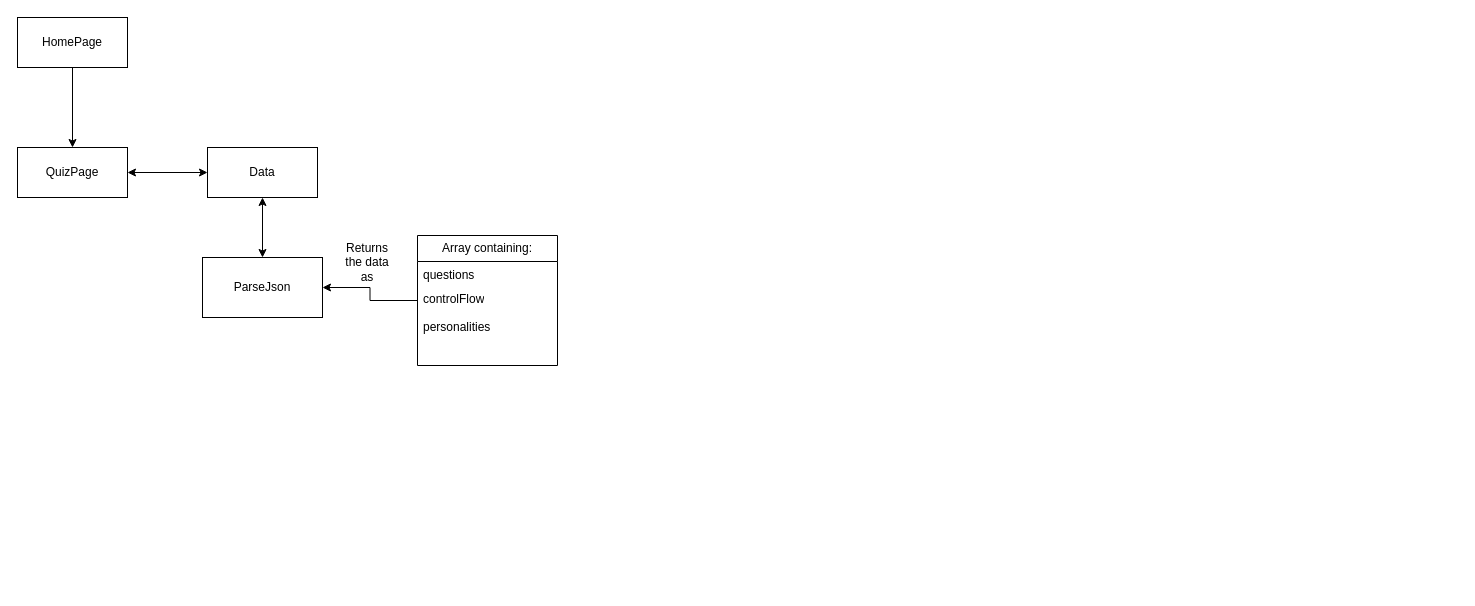
Above: PartyPersonality.drawio in NightlyAffair/party-personality-nithvin (draw.io), before the change. Source tidied: cells renumbered, new cells numbered last; positions are measured from the earlier drawing's top-left corner, leaving out a move shared by most shapes. Both pictures are drawn from the tidied source at 100%, with x=0, y=0 at pixel (17, 17).
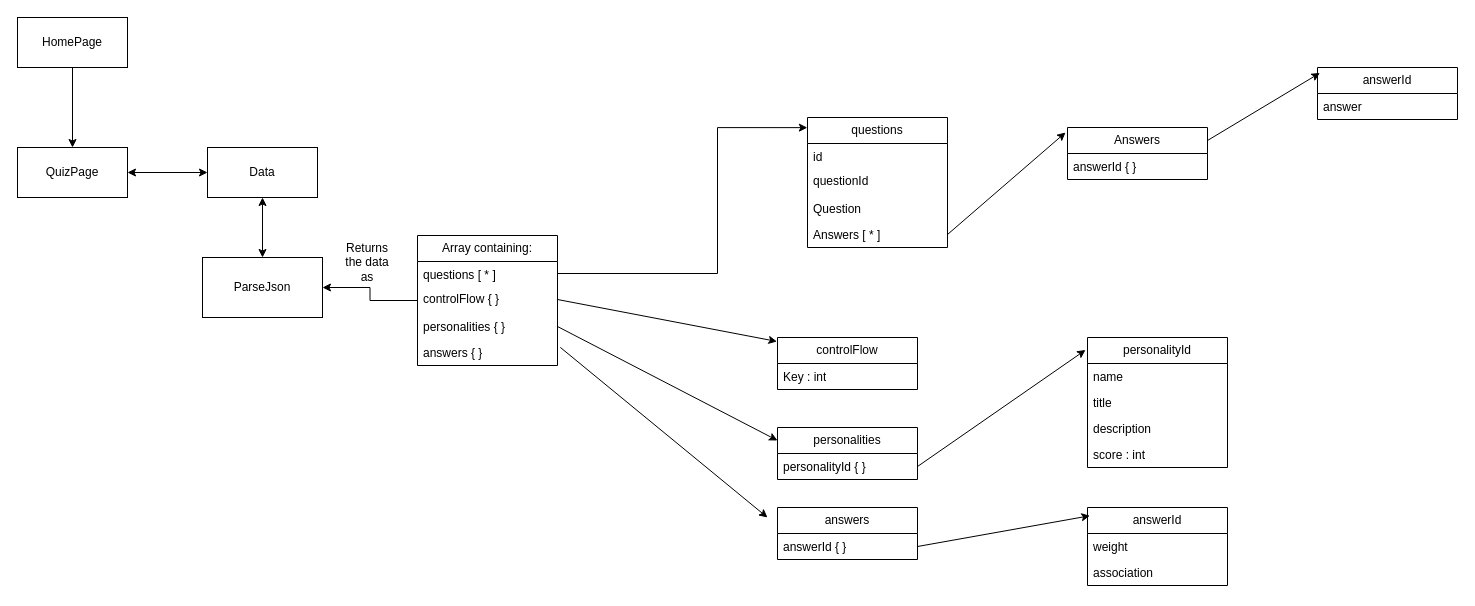
The same diagram, later.

The change refers to these unchanged cells:
```xml
<mxCell id="9" value="Array containing:" style="swimlane;fontStyle=0;horizontal=1;startSize=26;fillColor=none;whiteSpace=wrap;html=1;" parent="1" vertex="1">
  <mxGeometry x="400" y="218" width="140" height="130" as="geometry" />
</mxCell>
```

Diff of the diagram source:
```diff
@@
-    <mxCell id="10" value="&lt;div style=&quot;text-align: center;&quot;&gt;&lt;span style=&quot;background-color: transparent; color: light-dark(rgb(0, 0, 0), rgb(255, 255, 255));&quot;&gt;questions&lt;/span&gt;&lt;/div&gt;&lt;div style=&quot;text-align: center;&quot;&gt;&lt;span style=&quot;background-color: transparent; color: light-dark(rgb(0, 0, 0), rgb(255, 255, 255));&quot;&gt;&lt;br&gt;&lt;/span&gt;&lt;/div&gt;&lt;div style=&quot;text-align: center;&quot;&gt;&lt;span style=&quot;background-color: transparent; color: light-dark(rgb(0, 0, 0), rgb(255, 255, 255));&quot;&gt;&lt;br&gt;&lt;/span&gt;&lt;/div&gt;" style="text;strokeColor=none;fillColor=none;align=left;verticalAlign=top;spacingLeft=4;spacingRight=4;overflow=hidden;points=[[0,0.5],[1,0.5]];portConstraint=eastwest;whiteSpace=wrap;html=1;" parent="9" vertex="1">
+    <mxCell id="10" value="&lt;div style=&quot;text-align: center;&quot;&gt;&lt;span style=&quot;background-color: transparent; color: light-dark(rgb(0, 0, 0), rgb(255, 255, 255));&quot;&gt;questions [ * ]&lt;/span&gt;&lt;/div&gt;" style="text;strokeColor=none;fillColor=none;align=left;verticalAlign=top;spacingLeft=4;spacingRight=4;overflow=hidden;points=[[0,0.5],[1,0.5]];portConstraint=eastwest;whiteSpace=wrap;html=1;" parent="9" vertex="1">
       <mxGeometry y="26" width="140" height="24" as="geometry" />
     </mxCell>
-    <mxCell id="11" value="controlFlow" style="text;strokeColor=none;fillColor=none;align=left;verticalAlign=top;spacingLeft=4;spacingRight=4;overflow=hidden;points=[[0,0.5],[1,0.5]];portConstraint=eastwest;whiteSpace=wrap;html=1;" parent="9" vertex="1">
+    <mxCell id="11" value="controlFlow { }" style="text;strokeColor=none;fillColor=none;align=left;verticalAlign=top;spacingLeft=4;spacingRight=4;overflow=hidden;points=[[0,0.5],[1,0.5]];portConstraint=eastwest;whiteSpace=wrap;html=1;" parent="9" vertex="1">
       <mxGeometry y="50" width="140" height="28" as="geometry" />
     </mxCell>
-    <mxCell id="12" value="personalities" style="text;strokeColor=none;fillColor=none;align=left;verticalAlign=top;spacingLeft=4;spacingRight=4;overflow=hidden;points=[[0,0.5],[1,0.5]];portConstraint=eastwest;whiteSpace=wrap;html=1;" parent="9" vertex="1">
+    <mxCell id="12" value="personalities { }" style="text;strokeColor=none;fillColor=none;align=left;verticalAlign=top;spacingLeft=4;spacingRight=4;overflow=hidden;points=[[0,0.5],[1,0.5]];portConstraint=eastwest;whiteSpace=wrap;html=1;" parent="9" vertex="1">
       <mxGeometry y="78" width="140" height="26" as="geometry" />
     </mxCell>
-    <mxCell id="13" style="text;strokeColor=none;fillColor=none;align=left;verticalAlign=top;spacingLeft=4;spacingRight=4;overflow=hidden;points=[[0,0.5],[1,0.5]];portConstraint=eastwest;whiteSpace=wrap;html=1;" parent="9" vertex="1">
+    <mxCell id="13" value="answers { }" style="text;strokeColor=none;fillColor=none;align=left;verticalAlign=top;spacingLeft=4;spacingRight=4;overflow=hidden;points=[[0,0.5],[1,0.5]];portConstraint=eastwest;whiteSpace=wrap;html=1;" parent="9" vertex="1">
       <mxGeometry y="104" width="140" height="26" as="geometry" />
     </mxCell>
@@
+    <mxCell id="17" value="questions" style="swimlane;fontStyle=0;horizontal=1;startSize=26;fillColor=none;whiteSpace=wrap;html=1;" parent="1" vertex="1">
+      <mxGeometry x="790" y="100" width="140" height="130" as="geometry" />
+    </mxCell>
+    <mxCell id="18" value="&lt;div style=&quot;text-align: center;&quot;&gt;id&lt;/div&gt;" style="text;strokeColor=none;fillColor=none;align=left;verticalAlign=top;spacingLeft=4;spacingRight=4;overflow=hidden;whiteSpace=wrap;html=1;" parent="17" vertex="1">
+      <mxGeometry y="26" width="140" height="24" as="geometry" />
+    </mxCell>
+    <mxCell id="19" value="questionId&lt;span style=&quot;white-space: pre;&quot;&gt;&#9;&lt;/span&gt;" style="text;strokeColor=none;fillColor=none;align=left;verticalAlign=top;spacingLeft=4;spacingRight=4;overflow=hidden;whiteSpace=wrap;html=1;" parent="17" vertex="1">
+      <mxGeometry y="50" width="140" height="28" as="geometry" />
+    </mxCell>
+    <mxCell id="20" value="Question" style="text;strokeColor=none;fillColor=none;align=left;verticalAlign=top;spacingLeft=4;spacingRight=4;overflow=hidden;whiteSpace=wrap;html=1;" parent="17" vertex="1">
+      <mxGeometry y="78" width="140" height="26" as="geometry" />
+    </mxCell>
+    <mxCell id="21" value="Answers [ * ]" style="text;strokeColor=none;fillColor=none;align=left;verticalAlign=top;spacingLeft=4;spacingRight=4;overflow=hidden;points=[[0,0.5],[1,0.5]];portConstraint=eastwest;whiteSpace=wrap;html=1;" parent="17" vertex="1">
+      <mxGeometry y="104" width="140" height="26" as="geometry" />
+    </mxCell>
+    <mxCell id="22" style="edgeStyle=orthogonalEdgeStyle;rounded=0;jettySize=auto;html=1;entryX=-0.001;entryY=0.078;entryDx=0;entryDy=0;entryPerimeter=0;exitX=1;exitY=0.5;exitDx=0;exitDy=0;" parent="1" edge="1" source="10" target="17">
+      <mxGeometry relative="1" as="geometry">
+        <Array as="points">
+          <mxPoint x="700" y="256" />
+          <mxPoint x="700" y="110" />
+        </Array>
+      </mxGeometry>
+    </mxCell>
+    <mxCell id="23" value="controlFlow" style="swimlane;fontStyle=0;horizontal=1;startSize=26;fillColor=none;whiteSpace=wrap;html=1;" parent="1" vertex="1">
+      <mxGeometry x="760" y="320" width="140" height="52" as="geometry" />
+    </mxCell>
+    <mxCell id="24" value="Key : int" style="text;strokeColor=none;fillColor=none;align=left;verticalAlign=top;spacingLeft=4;spacingRight=4;overflow=hidden;whiteSpace=wrap;html=1;" parent="23" vertex="1">
+      <mxGeometry y="26" width="140" height="26" as="geometry" />
+    </mxCell>
+    <mxCell id="25" style="endArrow=classic;html=1;rounded=0;exitX=1;exitY=0.5;exitDx=0;exitDy=0;entryX=-0.004;entryY=0.076;entryDx=0;entryDy=0;entryPerimeter=0;" parent="1" edge="1" source="11" target="23">
+      <mxGeometry relative="1" as="geometry" />
+    </mxCell>
+    <mxCell id="26" value="personalities" style="swimlane;fontStyle=0;horizontal=1;startSize=26;fillColor=none;whiteSpace=wrap;html=1;" parent="1" vertex="1">
+      <mxGeometry x="760" y="410" width="140" height="52" as="geometry" />
+    </mxCell>
+    <mxCell id="27" value="personalityId { }&amp;nbsp;" style="text;strokeColor=none;fillColor=none;align=left;verticalAlign=top;spacingLeft=4;spacingRight=4;overflow=hidden;points=[[0,0.5],[1,0.5]];portConstraint=eastwest;whiteSpace=wrap;html=1;" parent="26" vertex="1">
+      <mxGeometry y="26" width="140" height="26" as="geometry" />
+    </mxCell>
+    <mxCell id="28" style="endArrow=classic;html=1;rounded=0;exitX=1;exitY=0.5;exitDx=0;exitDy=0;entryX=0;entryY=0.25;entryDx=0;entryDy=0;" parent="1" edge="1" source="12" target="26">
+      <mxGeometry relative="1" as="geometry" />
+    </mxCell>
+    <mxCell id="29" value="personalityId" style="swimlane;fontStyle=0;horizontal=1;startSize=26;fillColor=none;whiteSpace=wrap;html=1;" parent="1" vertex="1">
+      <mxGeometry x="1070" y="320" width="140" height="130" as="geometry" />
+    </mxCell>
+    <mxCell id="30" value="name" style="text;strokeColor=none;fillColor=none;align=left;verticalAlign=top;spacingLeft=4;spacingRight=4;overflow=hidden;whiteSpace=wrap;html=1;" parent="29" vertex="1">
+      <mxGeometry y="26" width="140" height="26" as="geometry" />
+    </mxCell>
+    <mxCell id="31" value="title&lt;span style=&quot;white-space: pre;&quot;&gt;&#9;&lt;/span&gt;&lt;div&gt;&lt;br&gt;&lt;/div&gt;" style="text;strokeColor=none;fillColor=none;align=left;verticalAlign=top;spacingLeft=4;spacingRight=4;overflow=hidden;whiteSpace=wrap;html=1;" parent="29" vertex="1">
+      <mxGeometry y="52" width="140" height="26" as="geometry" />
+    </mxCell>
+    <mxCell id="32" value="description" style="text;strokeColor=none;fillColor=none;align=left;verticalAlign=top;spacingLeft=4;spacingRight=4;overflow=hidden;whiteSpace=wrap;html=1;" parent="29" vertex="1">
+      <mxGeometry y="78" width="140" height="26" as="geometry" />
+    </mxCell>
+    <mxCell id="33" value="score : int" style="text;strokeColor=none;fillColor=none;align=left;verticalAlign=top;spacingLeft=4;spacingRight=4;overflow=hidden;whiteSpace=wrap;html=1;" parent="29" vertex="1">
+      <mxGeometry y="104" width="140" height="26" as="geometry" />
+    </mxCell>
+    <mxCell id="34" style="endArrow=classic;html=1;rounded=0;exitX=1;exitY=0.5;exitDx=0;exitDy=0;entryX=-0.014;entryY=0.096;entryDx=0;entryDy=0;entryPerimeter=0;" parent="1" edge="1" source="27" target="29">
+      <mxGeometry relative="1" as="geometry" />
+    </mxCell>
+    <mxCell id="35" style="endArrow=classic;html=1;rounded=0;exitX=1.02;exitY=0.303;exitDx=0;exitDy=0;exitPerimeter=0;" parent="1" edge="1" source="13">
+      <mxGeometry relative="1" as="geometry">
+        <mxPoint x="750" y="500" as="targetPoint" />
+      </mxGeometry>
+    </mxCell>
+    <mxCell id="36" value="answers" style="swimlane;fontStyle=0;horizontal=1;startSize=26;fillColor=none;whiteSpace=wrap;html=1;" parent="1" vertex="1">
+      <mxGeometry x="760" y="490" width="140" height="52" as="geometry" />
+    </mxCell>
+    <mxCell id="37" value="answerId { }" style="text;strokeColor=none;fillColor=none;align=left;verticalAlign=top;spacingLeft=4;spacingRight=4;overflow=hidden;points=[[0,0.5],[1,0.5]];portConstraint=eastwest;whiteSpace=wrap;html=1;" parent="36" vertex="1">
+      <mxGeometry y="26" width="140" height="26" as="geometry" />
+    </mxCell>
+    <mxCell id="38" value="answerId" style="swimlane;fontStyle=0;horizontal=1;startSize=26;fillColor=none;whiteSpace=wrap;html=1;" parent="1" vertex="1">
+      <mxGeometry x="1070" y="490" width="140" height="78" as="geometry" />
+    </mxCell>
+    <mxCell id="39" value="weight" style="text;strokeColor=none;fillColor=none;align=left;verticalAlign=top;spacingLeft=4;spacingRight=4;overflow=hidden;whiteSpace=wrap;html=1;" parent="38" vertex="1">
+      <mxGeometry y="26" width="140" height="26" as="geometry" />
+    </mxCell>
+    <mxCell id="40" value="&lt;div&gt;association&lt;/div&gt;" style="text;strokeColor=none;fillColor=none;align=left;verticalAlign=top;spacingLeft=4;spacingRight=4;overflow=hidden;whiteSpace=wrap;html=1;" parent="38" vertex="1">
+      <mxGeometry y="52" width="140" height="26" as="geometry" />
+    </mxCell>
+    <mxCell id="41" style="endArrow=classic;html=1;rounded=0;exitX=1;exitY=0.5;exitDx=0;exitDy=0;entryX=0.017;entryY=0.106;entryDx=0;entryDy=0;entryPerimeter=0;" parent="1" edge="1" source="37" target="38">
+      <mxGeometry relative="1" as="geometry" />
+    </mxCell>
+    <mxCell id="42" value="Answers" style="swimlane;fontStyle=0;horizontal=1;startSize=26;fillColor=none;whiteSpace=wrap;html=1;" parent="1" vertex="1">
+      <mxGeometry x="1050" y="110" width="140" height="52" as="geometry" />
+    </mxCell>
+    <mxCell id="43" value="answerId { }" style="text;strokeColor=none;fillColor=none;align=left;verticalAlign=top;spacingLeft=4;spacingRight=4;overflow=hidden;whiteSpace=wrap;html=1;" parent="42" vertex="1">
+      <mxGeometry y="26" width="140" height="26" as="geometry" />
+    </mxCell>
+    <mxCell id="44" style="endArrow=classic;html=1;rounded=0;exitX=1;exitY=0.5;exitDx=0;exitDy=0;entryX=-0.014;entryY=0.096;entryDx=0;entryDy=0;entryPerimeter=0;" parent="1" edge="1" source="21" target="42">
+      <mxGeometry relative="1" as="geometry" />
+    </mxCell>
+    <mxCell id="45" value="answerId" style="swimlane;fontStyle=0;horizontal=1;startSize=26;fillColor=none;whiteSpace=wrap;html=1;" parent="1" vertex="1">
+      <mxGeometry x="1300" y="50" width="140" height="52" as="geometry" />
+    </mxCell>
+    <mxCell id="46" value="answer" style="text;strokeColor=none;fillColor=none;align=left;verticalAlign=top;spacingLeft=4;spacingRight=4;overflow=hidden;whiteSpace=wrap;html=1;" parent="45" vertex="1">
+      <mxGeometry y="26" width="140" height="26" as="geometry" />
+    </mxCell>
+    <mxCell id="47" style="endArrow=classic;html=1;rounded=0;exitX=1;exitY=0.25;exitDx=0;exitDy=0;entryX=0.017;entryY=0.106;entryDx=0;entryDy=0;entryPerimeter=0;" parent="1" edge="1" source="42" target="45">
+      <mxGeometry relative="1" as="geometry" />
+    </mxCell>
```
